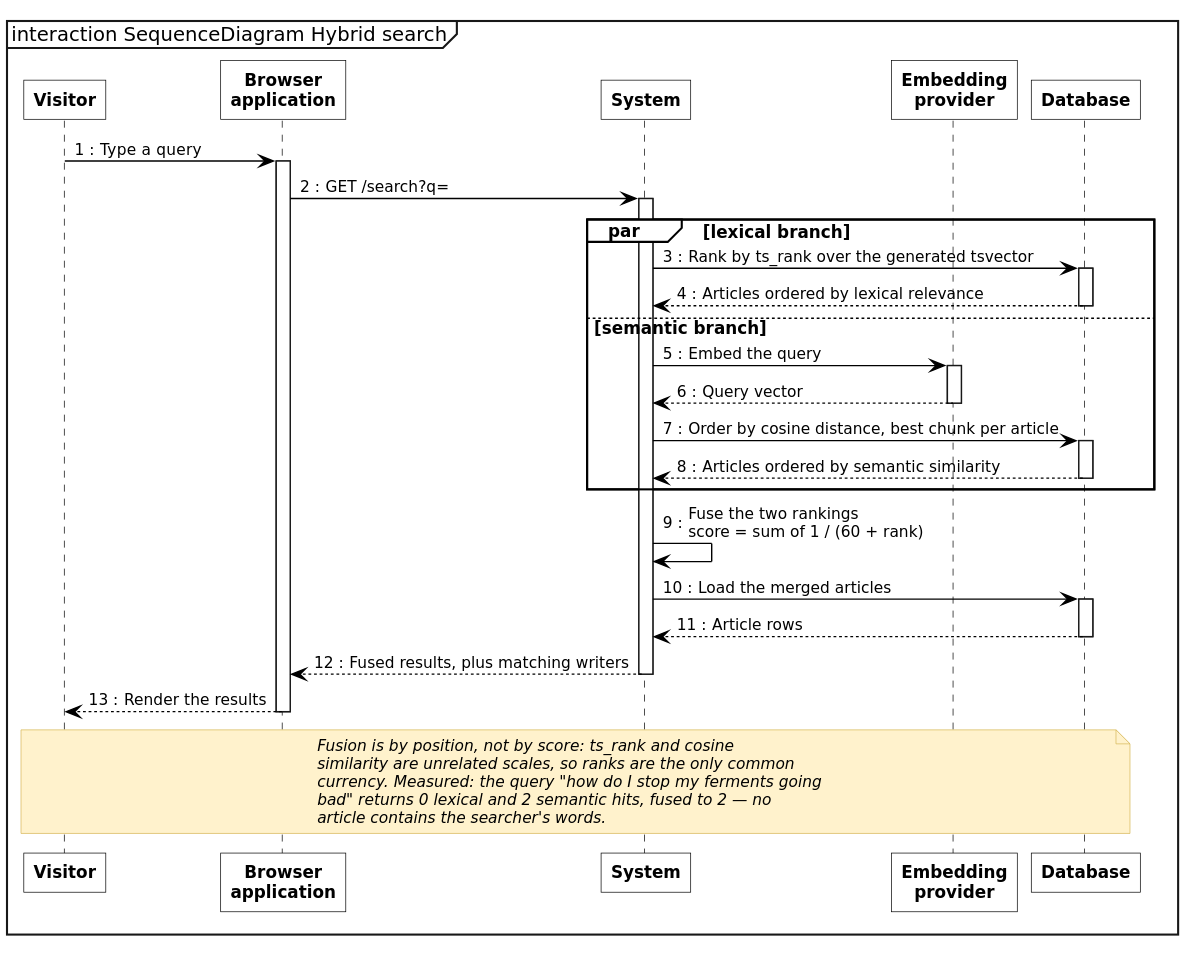
Before: diagrams/fig-5-7-sequence-hybrid-search/fig-5-7-sequence-hybrid-search.svg, a diagram exported from PlantUML (inkwell-dev/spec.inkwell.ai). The source it was exported from:
```plantuml
@startuml
!include ../_style.puml
mainframe interaction SequenceDiagram Hybrid search
autonumber "0 :"

participant "Visitor" as V
participant "Browser\napplication" as W
participant "System" as A
participant "Embedding\nprovider" as E
participant "Database" as D

V -> W : Type a query
activate W
W -> A : GET /search?q=
activate A

par lexical branch
  A -> D : Rank by ts_rank over the generated tsvector
  activate D
  D --> A : Articles ordered by lexical relevance
  deactivate D
else semantic branch
  A -> E : Embed the query
  activate E
  E --> A : Query vector
  deactivate E
  A -> D : Order by cosine distance, best chunk per article
  activate D
  D --> A : Articles ordered by semantic similarity
  deactivate D
end

A -> A : Fuse the two rankings\nscore = sum of 1 / (60 + rank)
A -> D : Load the merged articles
activate D
D --> A : Article rows
deactivate D
A --> W : Fused results, plus matching writers
deactivate A
W --> V : Render the results
deactivate W

note over V, D
  Fusion is by position, not by score: ts_rank and cosine
  similarity are unrelated scales, so ranks are the only common
  currency. Measured: the query "how do I stop my ferments going
  bad" returns 0 lexical and 2 semantic hits, fused to 2 — no
  article contains the searcher's words.
end note
@enduml
```
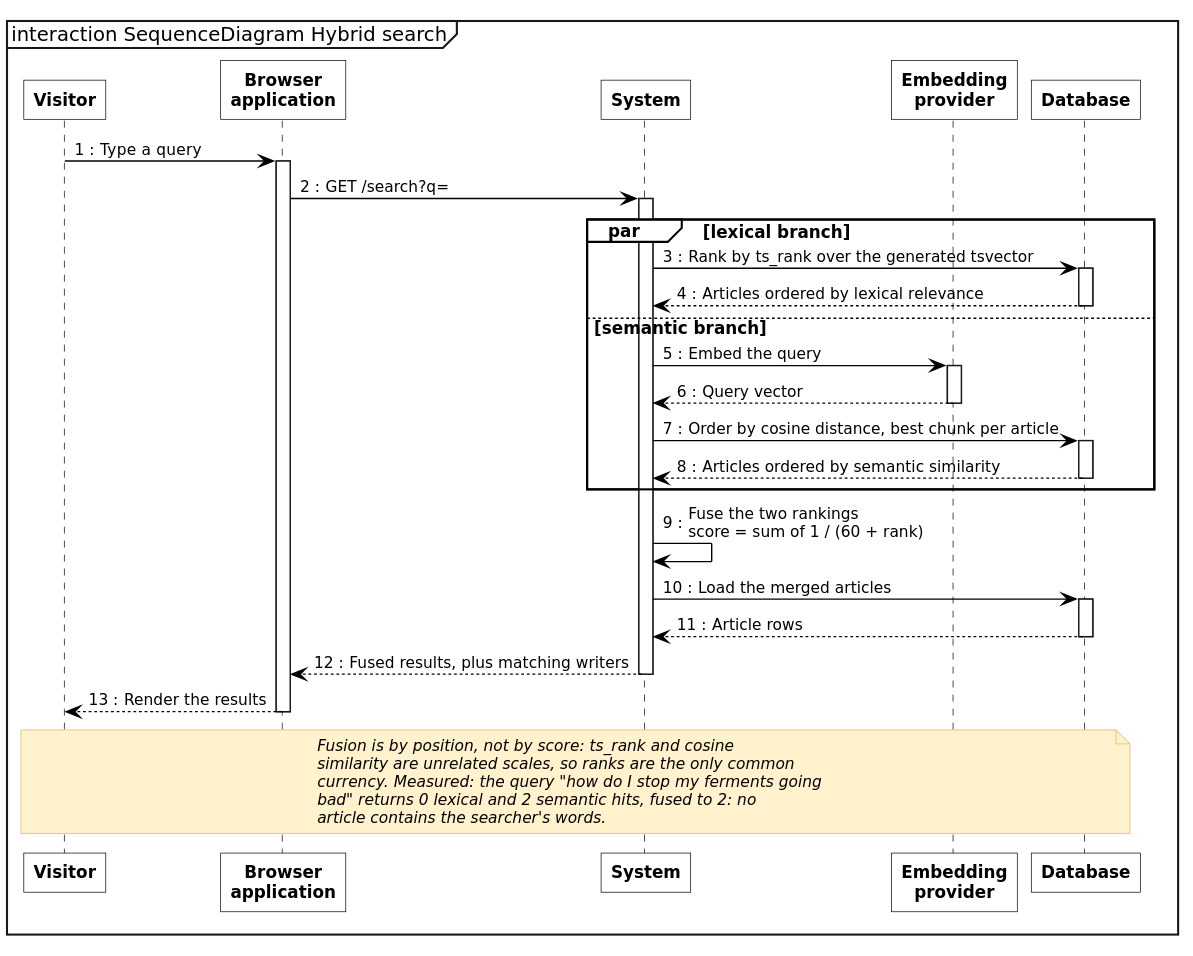
The same file after the commit.

Diff of the diagram source:
```diff
@@ -44,7 +44,7 @@
   Fusion is by position, not by score: ts_rank and cosine
   similarity are unrelated scales, so ranks are the only common
   currency. Measured: the query "how do I stop my ferments going
-  bad" returns 0 lexical and 2 semantic hits, fused to 2 — no
+  bad" returns 0 lexical and 2 semantic hits, fused to 2: no
   article contains the searcher's words.
 end note
 @enduml
```
